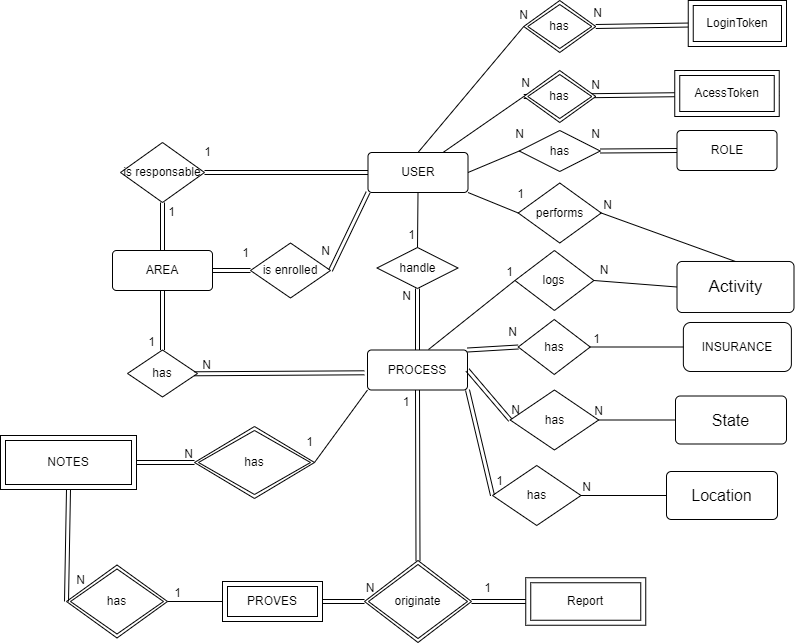
Above: Docs/fase-beta-relatorio/figures/modelo-ea-sem-atributos.png in Eduubez/IPW (draw.io), before the change. Source tidied: cells renumbered, new cells last; positions are measured from the earlier drawing's top-left corner, leaving out a move shared by most shapes.
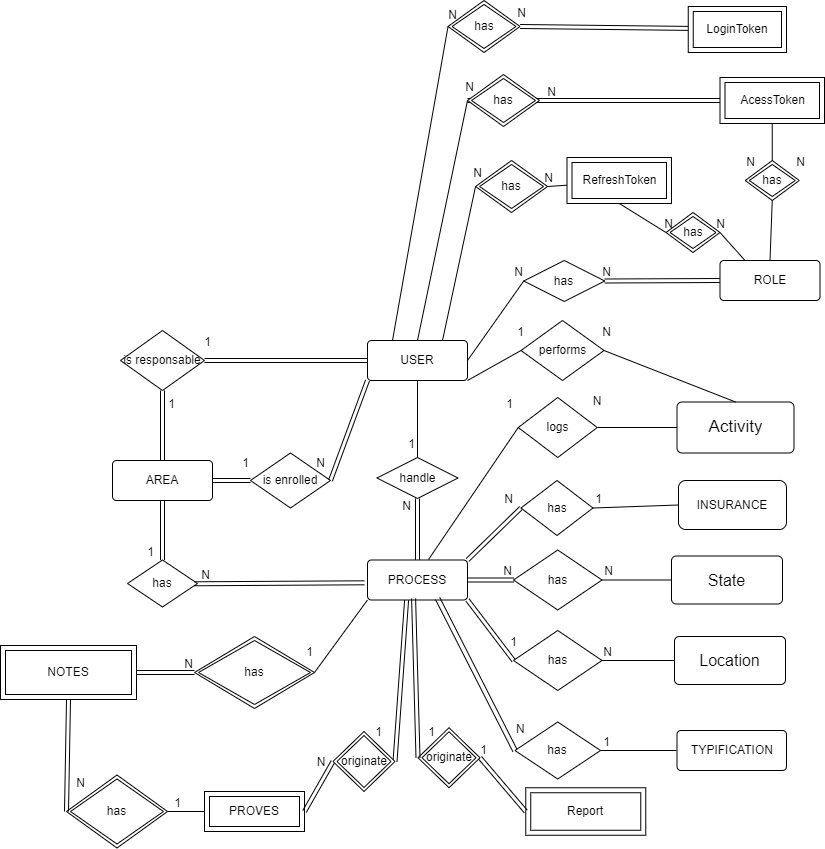
The same diagram one commit later.

Commit message:
Modelo e dados finalizado e Estado da Arte

What changed in the source:
```diff
@@ -5,6 +5,6 @@
     <mxCell id="2" value="USER" style="rounded=1;arcSize=10;whiteSpace=wrap;html=1;align=center;" parent="1" vertex="1">
-      <mxGeometry x="367.5" y="152" width="100" height="40" as="geometry" />
+      <mxGeometry x="367" y="130" width="100" height="40" as="geometry" />
     </mxCell>
     <mxCell id="3" value="ROLE" style="rounded=1;arcSize=10;whiteSpace=wrap;html=1;align=center;" parent="1" vertex="1">
-      <mxGeometry x="676.5" y="130" width="100" height="40" as="geometry" />
+      <mxGeometry x="719.5" y="50" width="100" height="40" as="geometry" />
     </mxCell>
@@ -17,6 +17,6 @@
     <mxCell id="6" value="PROVES" style="shape=ext;margin=3;double=1;whiteSpace=wrap;html=1;align=center;" parent="1" vertex="1">
-      <mxGeometry x="222" y="581" width="100" height="40" as="geometry" />
+      <mxGeometry x="204" y="581" width="100" height="40" as="geometry" />
     </mxCell>
     <mxCell id="7" value="has" style="shape=rhombus;perimeter=rhombusPerimeter;whiteSpace=wrap;html=1;align=center;" parent="1" vertex="1">
-      <mxGeometry x="518.8" y="130" width="81" height="41" as="geometry" />
+      <mxGeometry x="523.2" y="50" width="81" height="41" as="geometry" />
     </mxCell>
@@ -28,5 +28,2 @@
     </mxCell>
-    <mxCell id="10" value="1" style="text;html=1;whiteSpace=wrap;strokeColor=none;fillColor=none;align=center;verticalAlign=middle;rounded=0;" parent="1" vertex="1">
-      <mxGeometry x="376" y="387" width="60" height="30" as="geometry" />
-    </mxCell>
     <mxCell id="11" value="N" style="text;html=1;whiteSpace=wrap;strokeColor=none;fillColor=none;align=center;verticalAlign=middle;rounded=0;" parent="1" vertex="1">
@@ -35,11 +32,11 @@
     <mxCell id="12" value="1" style="text;html=1;whiteSpace=wrap;strokeColor=none;fillColor=none;align=center;verticalAlign=middle;rounded=0;" parent="1" vertex="1">
-      <mxGeometry x="471" y="577.2" width="33" height="21.5" as="geometry" />
+      <mxGeometry x="466.6" y="529.2" width="33" height="21.5" as="geometry" />
     </mxCell>
     <mxCell id="13" value="N" style="text;html=1;whiteSpace=wrap;strokeColor=none;fillColor=none;align=center;verticalAlign=middle;rounded=0;" parent="1" vertex="1">
-      <mxGeometry x="362.5" y="580" width="14" height="16" as="geometry" />
+      <mxGeometry x="314" y="544" width="14" height="16" as="geometry" />
     </mxCell>
-    <mxCell id="14" style="shape=link;html=1;rounded=0;entryX=0.5;entryY=1;entryDx=0;entryDy=0;exitX=0.5;exitY=0;exitDx=0;exitDy=0;" parent="1" edge="1" source="27" target="4">
+    <mxCell id="14" style="shape=link;html=1;rounded=0;entryX=0.391;entryY=1.002;entryDx=0;entryDy=0;exitX=1;exitY=0.5;exitDx=0;exitDy=0;entryPerimeter=0;" parent="1" edge="1" source="27" target="4">
       <mxGeometry relative="1" as="geometry" />
     </mxCell>
-    <mxCell id="15" style="shape=link;html=1;rounded=0;entryX=1;entryY=0.5;entryDx=0;entryDy=0;exitX=0;exitY=0.5;exitDx=0;exitDy=0;" parent="1" edge="1" source="5" target="27">
+    <mxCell id="15" style="shape=link;html=1;rounded=0;entryX=1;entryY=0.5;entryDx=0;entryDy=0;exitX=0;exitY=0.5;exitDx=0;exitDy=0;" parent="1" edge="1" source="5" target="114">
       <mxGeometry relative="1" as="geometry" />
@@ -53,5 +50,3 @@
     <mxCell id="18" value="N" style="html=1;whiteSpace=wrap;align=right;verticalAlign=bottom;" parent="17" vertex="1">
-      <mxGeometry x="1" relative="1" as="geometry">
-        <mxPoint x="11" y="-2" as="offset" />
-      </mxGeometry>
+      <mxGeometry x="1" relative="1" as="geometry" />
     </mxCell>
@@ -66,2 +61,26 @@
     </mxCell>
+    <mxCell id="92" value="TYPIFICATION" style="rounded=1;arcSize=10;whiteSpace=wrap;html=1;align=center;" parent="1" vertex="1">
+      <mxGeometry x="676.5" y="520" width="109.5" height="40" as="geometry" />
+    </mxCell>
+    <mxCell id="93" value="has" style="shape=rhombus;perimeter=rhombusPerimeter;whiteSpace=wrap;html=1;align=center;rotation=0;" parent="1" vertex="1">
+      <mxGeometry x="514.4" y="511.5" width="85.6" height="57" as="geometry" />
+    </mxCell>
+    <mxCell id="94" style="endArrow=none;html=1;rounded=0;exitX=1;exitY=0.5;exitDx=0;exitDy=0;" parent="1" edge="1" source="93">
+      <mxGeometry relative="1" as="geometry">
+        <mxPoint x="676" y="540" as="targetPoint" />
+      </mxGeometry>
+    </mxCell>
+    <mxCell id="95" value="1" style="html=1;whiteSpace=wrap;align=right;verticalAlign=bottom;" parent="94" vertex="1">
+      <mxGeometry x="1" relative="1" as="geometry">
+        <mxPoint x="-65" as="offset" />
+      </mxGeometry>
+    </mxCell>
+    <mxCell id="96" style="shape=link;html=1;rounded=0;entryX=0;entryY=0.5;entryDx=0;entryDy=0;width=-4.7368421052631575;exitX=0.701;exitY=0.962;exitDx=0;exitDy=0;exitPerimeter=0;" parent="1" edge="1" source="4" target="93">
+      <mxGeometry relative="1" as="geometry" />
+    </mxCell>
+    <mxCell id="97" value="N" style="html=1;whiteSpace=wrap;align=left;verticalAlign=bottom;" parent="96" vertex="1">
+      <mxGeometry x="-1" relative="1" as="geometry">
+        <mxPoint x="77" y="139" as="offset" />
+      </mxGeometry>
+    </mxCell>
     <mxCell id="22" style="shape=link;html=1;rounded=0;exitX=0.5;exitY=1;exitDx=0;exitDy=0;entryX=0.5;entryY=0;entryDx=0;entryDy=0;" parent="1" edge="1" source="20" target="23">
@@ -73,3 +92,3 @@
     <mxCell id="24" value="is responsable" style="shape=rhombus;perimeter=rhombusPerimeter;whiteSpace=wrap;html=1;align=center;" parent="1" vertex="1">
-      <mxGeometry x="120" y="142" width="84" height="60" as="geometry" />
+      <mxGeometry x="120" y="120" width="84" height="60" as="geometry" />
     </mxCell>
@@ -82,3 +101,3 @@
     <mxCell id="27" value="originate" style="shape=rhombus;double=1;perimeter=rhombusPerimeter;whiteSpace=wrap;html=1;align=center;" parent="1" vertex="1">
-      <mxGeometry x="364" y="560" width="107" height="82" as="geometry" />
+      <mxGeometry x="332.5" y="521" width="62" height="60" as="geometry" />
     </mxCell>
@@ -98,3 +117,3 @@
       <mxGeometry x="1" relative="1" as="geometry">
-        <mxPoint x="-37" y="87" as="offset" />
+        <mxPoint x="-41" y="111" as="offset" />
       </mxGeometry>
@@ -102,6 +121,6 @@
     <mxCell id="33" value="INSURANCE" style="rounded=1;whiteSpace=wrap;html=1;" parent="1" vertex="1">
-      <mxGeometry x="682.9" y="322" width="108" height="49" as="geometry" />
+      <mxGeometry x="678" y="270" width="108" height="49" as="geometry" />
     </mxCell>
     <mxCell id="34" value="has" style="rhombus;whiteSpace=wrap;html=1;" parent="1" vertex="1">
-      <mxGeometry x="517.8" y="319" width="72" height="55" as="geometry" />
+      <mxGeometry x="520.5" y="270" width="72" height="55" as="geometry" />
     </mxCell>
@@ -112,3 +131,3 @@
       <mxGeometry x="1" relative="1" as="geometry">
-        <mxPoint x="51" y="-10" as="offset" />
+        <mxPoint x="47" y="-52" as="offset" />
       </mxGeometry>
@@ -153,3 +172,3 @@
       <mxGeometry x="1" relative="1" as="geometry">
-        <mxPoint x="-136" y="-13" as="offset" />
+        <mxPoint x="-118" y="-20" as="offset" />
       </mxGeometry>
@@ -165,9 +184,9 @@
     <mxCell id="50" value="&lt;font style=&quot;font-size: 17px;&quot;&gt;Activity&lt;/font&gt;" style="rounded=1;arcSize=10;whiteSpace=wrap;html=1;align=center;" parent="1" vertex="1">
-      <mxGeometry x="676.5" y="261" width="117" height="51" as="geometry" />
+      <mxGeometry x="676.5" y="191.5" width="117" height="51" as="geometry" />
     </mxCell>
     <mxCell id="51" value="performs" style="shape=rhombus;perimeter=rhombusPerimeter;whiteSpace=wrap;html=1;align=center;" parent="1" vertex="1">
-      <mxGeometry x="517.8" y="182.5" width="83" height="60" as="geometry" />
+      <mxGeometry x="520.5" y="110" width="83" height="60" as="geometry" />
     </mxCell>
     <mxCell id="52" value="logs" style="shape=rhombus;perimeter=rhombusPerimeter;whiteSpace=wrap;html=1;align=center;" parent="1" vertex="1">
-      <mxGeometry x="514.4" y="250" width="79" height="60" as="geometry" />
+      <mxGeometry x="517.8" y="187" width="79" height="60" as="geometry" />
     </mxCell>
@@ -186,9 +205,9 @@
     <mxCell id="57" value="N" style="text;html=1;whiteSpace=wrap;strokeColor=none;fillColor=none;align=center;verticalAlign=middle;rounded=0;" parent="1" vertex="1">
-      <mxGeometry x="587.5" y="259" width="32" height="22" as="geometry" />
+      <mxGeometry x="580.5" y="180" width="32" height="22" as="geometry" />
     </mxCell>
     <mxCell id="58" value="has" style="shape=rhombus;perimeter=rhombusPerimeter;whiteSpace=wrap;html=1;align=center;" parent="1" vertex="1">
-      <mxGeometry x="492" y="465" width="88.5" height="60" as="geometry" />
+      <mxGeometry x="513" y="420" width="88.5" height="60" as="geometry" />
     </mxCell>
     <mxCell id="59" value="&lt;font style=&quot;font-size: 16px;&quot;&gt;Location&lt;/font&gt;" style="rounded=1;arcSize=10;whiteSpace=wrap;html=1;align=center;" parent="1" vertex="1">
-      <mxGeometry x="666" y="471" width="111" height="48" as="geometry" />
+      <mxGeometry x="674" y="426" width="111" height="48" as="geometry" />
     </mxCell>
@@ -199,3 +218,3 @@
       <mxGeometry x="1" relative="1" as="geometry">
-        <mxPoint x="12" y="-6" as="offset" />
+        <mxPoint x="5" y="-10" as="offset" />
       </mxGeometry>
@@ -214,9 +233,9 @@
     <mxCell id="65" value="N" style="html=1;whiteSpace=wrap;align=right;verticalAlign=bottom;" parent="1" vertex="1">
-      <mxGeometry x="603.5" y="419.5" as="geometry" />
+      <mxGeometry x="614" y="369.5" as="geometry" />
     </mxCell>
     <mxCell id="66" value="&lt;font style=&quot;font-size: 16px;&quot;&gt;State&lt;/font&gt;" style="rounded=1;arcSize=10;whiteSpace=wrap;html=1;align=center;" parent="1" vertex="1">
-      <mxGeometry x="675" y="395.5" width="111" height="48" as="geometry" />
+      <mxGeometry x="671" y="345.5" width="111" height="48" as="geometry" />
     </mxCell>
     <mxCell id="67" value="has" style="shape=rhombus;perimeter=rhombusPerimeter;whiteSpace=wrap;html=1;align=center;" parent="1" vertex="1">
-      <mxGeometry x="509.7" y="389.5" width="88.5" height="60" as="geometry" />
+      <mxGeometry x="513" y="339.5" width="88.5" height="60" as="geometry" />
     </mxCell>
@@ -231,21 +250,21 @@
     <mxCell id="70" value="N" style="html=1;whiteSpace=wrap;align=right;verticalAlign=bottom;" parent="1" vertex="1">
-      <mxGeometry x="525.3" y="142" as="geometry" />
+      <mxGeometry x="524.5" y="70" as="geometry" />
     </mxCell>
     <mxCell id="71" value="N" style="html=1;whiteSpace=wrap;align=right;verticalAlign=bottom;" parent="1" vertex="1">
-      <mxGeometry x="600.8" y="142" as="geometry" />
+      <mxGeometry x="612.5" y="70" as="geometry" />
     </mxCell>
     <mxCell id="72" value="N" style="html=1;whiteSpace=wrap;align=right;verticalAlign=bottom;" parent="1" vertex="1">
-      <mxGeometry x="612.5" y="212.5" as="geometry" />
+      <mxGeometry x="612.5" y="130" as="geometry" />
     </mxCell>
     <mxCell id="73" value="1" style="html=1;whiteSpace=wrap;align=right;verticalAlign=bottom;" parent="1" vertex="1">
-      <mxGeometry x="525.3" y="202" as="geometry" />
+      <mxGeometry x="525.3" y="130" as="geometry" />
     </mxCell>
     <mxCell id="74" value="1" style="html=1;whiteSpace=wrap;align=right;verticalAlign=bottom;" parent="1" vertex="1">
-      <mxGeometry x="514.4" y="280" as="geometry" />
+      <mxGeometry x="514.4" y="202" as="geometry" />
     </mxCell>
     <mxCell id="75" value="1" style="html=1;whiteSpace=wrap;align=right;verticalAlign=bottom;" parent="1" vertex="1">
-      <mxGeometry x="212" y="160" as="geometry" />
+      <mxGeometry x="212" y="140" as="geometry" />
     </mxCell>
     <mxCell id="76" value="1" style="html=1;whiteSpace=wrap;align=right;verticalAlign=bottom;" parent="1" vertex="1">
-      <mxGeometry x="176" y="220" as="geometry" />
+      <mxGeometry x="176" y="202" as="geometry" />
     </mxCell>
@@ -277,25 +296,85 @@
     <mxCell id="84" value="AcessToken" style="shape=ext;margin=3;double=1;whiteSpace=wrap;html=1;align=center;" parent="1" vertex="1">
-      <mxGeometry x="674.2" y="70" width="104.5" height="46" as="geometry" />
+      <mxGeometry x="719.5" y="-133" width="104.5" height="46" as="geometry" />
     </mxCell>
     <mxCell id="85" value="LoginToken" style="shape=ext;margin=3;double=1;whiteSpace=wrap;html=1;align=center;" parent="1" vertex="1">
-      <mxGeometry x="687.8" width="98.2" height="46" as="geometry" />
+      <mxGeometry x="687.8" y="-204" width="98.2" height="46" as="geometry" />
     </mxCell>
     <mxCell id="86" value="has" style="shape=rhombus;double=1;perimeter=rhombusPerimeter;whiteSpace=wrap;html=1;align=center;" parent="1" vertex="1">
-      <mxGeometry x="523.2" y="70" width="72" height="52" as="geometry" />
+      <mxGeometry x="467" y="-136" width="72" height="52" as="geometry" />
     </mxCell>
     <mxCell id="87" value="has" style="shape=rhombus;double=1;perimeter=rhombusPerimeter;whiteSpace=wrap;html=1;align=center;" parent="1" vertex="1">
-      <mxGeometry x="523.2" width="72" height="52" as="geometry" />
+      <mxGeometry x="447.5" y="-210" width="72" height="52" as="geometry" />
     </mxCell>
     <mxCell id="88" value="N" style="html=1;whiteSpace=wrap;align=right;verticalAlign=bottom;" parent="1" vertex="1">
-      <mxGeometry x="529.2" y="23" as="geometry" />
+      <mxGeometry x="457.8" y="-187" as="geometry" />
     </mxCell>
     <mxCell id="89" value="N" style="html=1;whiteSpace=wrap;align=right;verticalAlign=bottom;" parent="1" vertex="1">
-      <mxGeometry x="600.7" y="93" as="geometry" />
+      <mxGeometry x="557.2" y="-110" as="geometry" />
     </mxCell>
-    <mxCell id="90" style="endArrow=none;html=1;rounded=0;exitX=0;exitY=0.5;exitDx=0;exitDy=0;entryX=0.75;entryY=0;entryDx=0;entryDy=0;" parent="1" edge="1" source="86" target="2">
+    <mxCell id="90" style="endArrow=none;html=1;rounded=0;exitX=0;exitY=0.5;exitDx=0;exitDy=0;entryX=0.5;entryY=0;entryDx=0;entryDy=0;" parent="1" edge="1" source="86" target="2">
       <mxGeometry relative="1" as="geometry" />
     </mxCell>
-    <mxCell id="91" style="endArrow=none;html=1;rounded=0;exitX=0;exitY=0.5;exitDx=0;exitDy=0;entryX=0.5;entryY=0;entryDx=0;entryDy=0;" parent="1" edge="1" source="87" target="2">
+    <mxCell id="91" style="endArrow=none;html=1;rounded=0;exitX=0;exitY=0.5;exitDx=0;exitDy=0;entryX=0.25;entryY=0;entryDx=0;entryDy=0;" parent="1" edge="1" source="87" target="2">
       <mxGeometry relative="1" as="geometry" />
     </mxCell>
+    <mxCell id="98" value="N" style="html=1;whiteSpace=wrap;align=right;verticalAlign=bottom;" parent="1" vertex="1">
+      <mxGeometry x="756" y="-40" as="geometry" />
+    </mxCell>
+    <mxCell id="99" value="has" style="shape=rhombus;double=1;perimeter=rhombusPerimeter;whiteSpace=wrap;html=1;align=center;" parent="1" vertex="1">
+      <mxGeometry x="744.8" y="-50" width="54" height="40" as="geometry" />
+    </mxCell>
+    <mxCell id="100" value="N" style="html=1;whiteSpace=wrap;align=right;verticalAlign=bottom;" parent="1" vertex="1">
+      <mxGeometry x="806" y="-40" as="geometry" />
+    </mxCell>
+    <mxCell id="101" style="endArrow=none;html=1;rounded=0;exitX=0.5;exitY=0;exitDx=0;exitDy=0;entryX=0.5;entryY=1;entryDx=0;entryDy=0;" parent="1" edge="1" source="99" target="84">
+      <mxGeometry relative="1" as="geometry" />
+    </mxCell>
+    <mxCell id="102" style="endArrow=none;html=1;rounded=0;exitX=0.5;exitY=0;exitDx=0;exitDy=0;entryX=0.5;entryY=1;entryDx=0;entryDy=0;" parent="1" edge="1" source="3" target="99">
+      <mxGeometry relative="1" as="geometry" />
+    </mxCell>
+    <mxCell id="103" value="RefreshToken" style="shape=ext;margin=3;double=1;whiteSpace=wrap;html=1;align=center;" parent="1" vertex="1">
+      <mxGeometry x="566.5" y="-53" width="104.5" height="46" as="geometry" />
+    </mxCell>
+    <mxCell id="104" value="N" style="html=1;whiteSpace=wrap;align=right;verticalAlign=bottom;" parent="1" vertex="1">
+      <mxGeometry x="483.1" y="-29" as="geometry" />
+    </mxCell>
+    <mxCell id="105" value="has" style="shape=rhombus;double=1;perimeter=rhombusPerimeter;whiteSpace=wrap;html=1;align=center;" parent="1" vertex="1">
+      <mxGeometry x="475" y="-50" width="72" height="52" as="geometry" />
+    </mxCell>
+    <mxCell id="106" value="N" style="html=1;whiteSpace=wrap;align=right;verticalAlign=bottom;" parent="1" vertex="1">
+      <mxGeometry x="553.8" y="-24" as="geometry" />
+    </mxCell>
+    <mxCell id="107" style="endArrow=none;html=1;rounded=0;exitX=0;exitY=0.5;exitDx=0;exitDy=0;entryX=0.75;entryY=0;entryDx=0;entryDy=0;" parent="1" edge="1" source="105" target="2">
+      <mxGeometry relative="1" as="geometry" />
+    </mxCell>
+    <mxCell id="108" style="endArrow=none;html=1;rounded=0;exitX=1;exitY=0.5;exitDx=0;exitDy=0;entryX=-0.001;entryY=0.602;entryDx=0;entryDy=0;entryPerimeter=0;" parent="1" edge="1" source="105" target="103">
+      <mxGeometry relative="1" as="geometry" />
+    </mxCell>
+    <mxCell id="109" value="has" style="shape=rhombus;double=1;perimeter=rhombusPerimeter;whiteSpace=wrap;html=1;align=center;" parent="1" vertex="1">
+      <mxGeometry x="665.5" y="2" width="54" height="40" as="geometry" />
+    </mxCell>
+    <mxCell id="110" style="endArrow=none;html=1;rounded=0;exitX=0;exitY=0.5;exitDx=0;exitDy=0;entryX=0.5;entryY=1;entryDx=0;entryDy=0;" parent="1" edge="1" source="109" target="103">
+      <mxGeometry relative="1" as="geometry" />
+    </mxCell>
+    <mxCell id="111" style="endArrow=none;html=1;rounded=0;exitX=0.25;exitY=0;exitDx=0;exitDy=0;entryX=1;entryY=0.5;entryDx=0;entryDy=0;" parent="1" edge="1" source="3" target="109">
+      <mxGeometry relative="1" as="geometry" />
+    </mxCell>
+    <mxCell id="112" value="N" style="html=1;whiteSpace=wrap;align=right;verticalAlign=bottom;" parent="1" vertex="1">
+      <mxGeometry x="674" y="22" as="geometry" />
+    </mxCell>
+    <mxCell id="113" value="N" style="html=1;whiteSpace=wrap;align=right;verticalAlign=bottom;" parent="1" vertex="1">
+      <mxGeometry x="726.5" y="22" as="geometry" />
+    </mxCell>
+    <mxCell id="114" value="originate" style="shape=rhombus;double=1;perimeter=rhombusPerimeter;whiteSpace=wrap;html=1;align=center;" parent="1" vertex="1">
+      <mxGeometry x="417.5" y="517.2" width="62" height="60" as="geometry" />
+    </mxCell>
+    <mxCell id="115" value="1" style="text;html=1;whiteSpace=wrap;strokeColor=none;fillColor=none;align=center;verticalAlign=middle;rounded=0;" parent="1" vertex="1">
+      <mxGeometry x="361.5" y="511.5" width="33" height="21.5" as="geometry" />
+    </mxCell>
+    <mxCell id="116" style="shape=link;html=1;rounded=0;entryX=0.461;entryY=0.962;entryDx=0;entryDy=0;exitX=0;exitY=0.5;exitDx=0;exitDy=0;entryPerimeter=0;" parent="1" edge="1" source="114" target="4">
+      <mxGeometry relative="1" as="geometry" />
+    </mxCell>
+    <mxCell id="117" value="1" style="text;html=1;whiteSpace=wrap;strokeColor=none;fillColor=none;align=center;verticalAlign=middle;rounded=0;" parent="1" vertex="1">
+      <mxGeometry x="414.5" y="511.5" width="33" height="21.5" as="geometry" />
+    </mxCell>
   </root>
```
